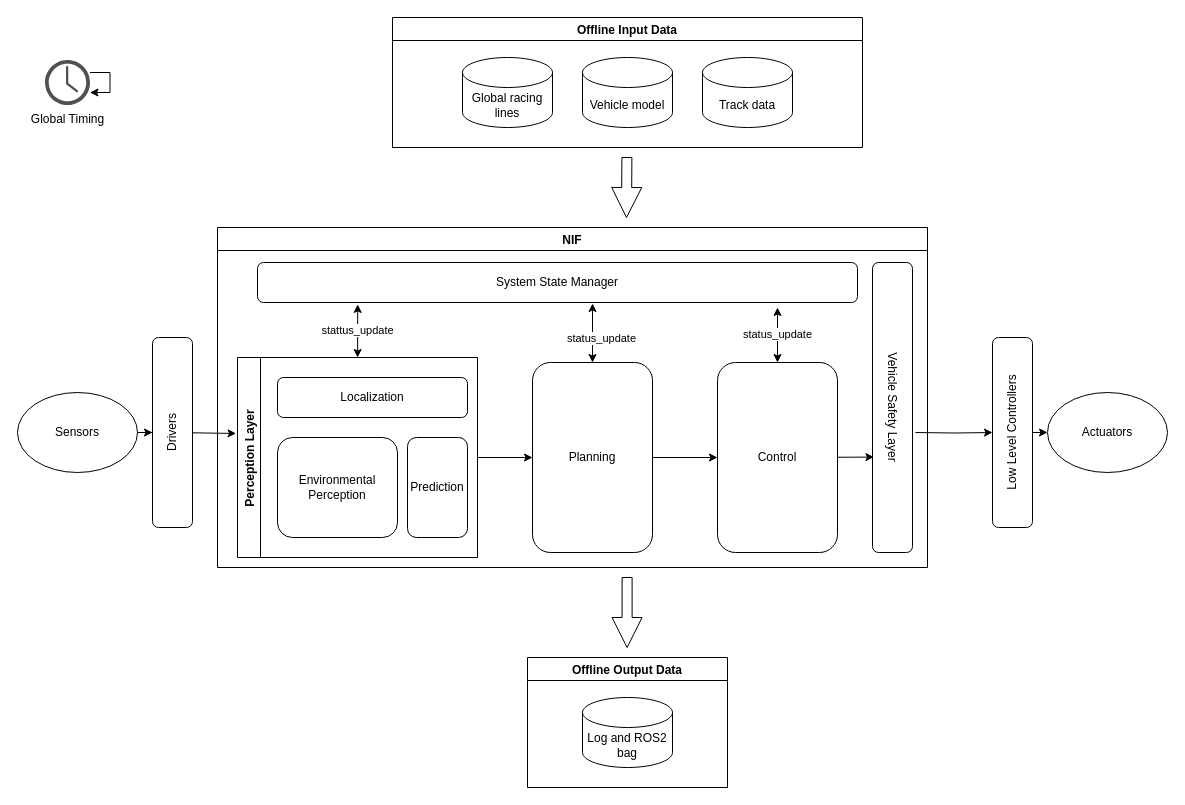
AndreaFinazzi/iac_docs keeps this draw.io diagram as system_diagrams/sketch_modules_diagram.drawio. Above is the earlier version. Source tidied: cells renumbered, new cells numbered last; positions are measured from the earlier drawing's top-left corner, leaving out a move shared by most shapes. Both pictures are drawn from the tidied source at 100%, with x=0, y=0 at pixel (17, 17).
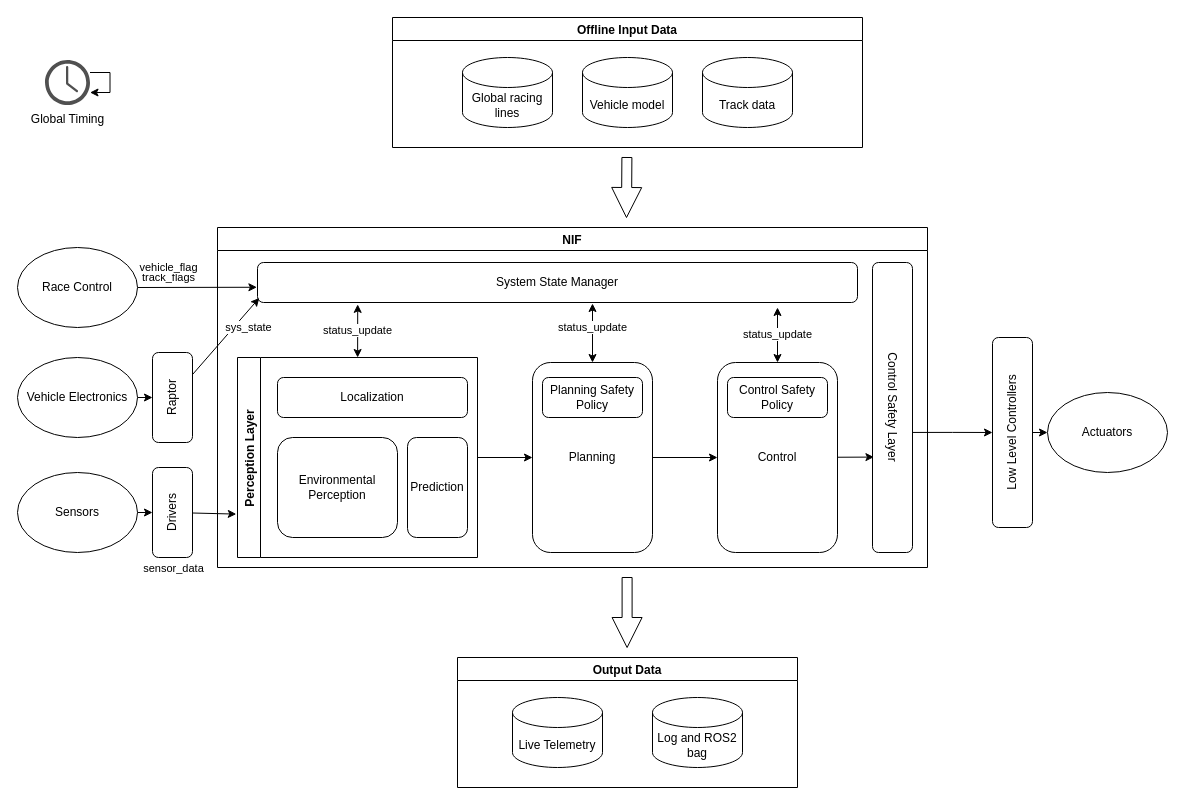
After the change.

The change refers to these unchanged cells:
```xml
<mxCell id="9" value="Low Level Controllers" style="rounded=1;whiteSpace=wrap;html=1;rotation=-90;" parent="1" vertex="1">
  <mxGeometry x="900" y="395" width="190" height="40" as="geometry" />
</mxCell>
<mxCell id="12" value="NIF" style="swimlane;" parent="1" vertex="1">
  <mxGeometry x="200" y="210" width="710" height="340" as="geometry" />
</mxCell>
<mxCell id="13" value="System State Manager" style="rounded=1;whiteSpace=wrap;html=1;" parent="12" vertex="1">
  <mxGeometry x="40" y="35" width="600" height="40" as="geometry" />
</mxCell>
<mxCell id="16" value="Perception Layer" style="swimlane;horizontal=0;" parent="12" vertex="1">
  <mxGeometry x="20" y="130" width="240" height="200" as="geometry" />
</mxCell>
```

The edit, as a diff of the source:
```diff
@@
-    <mxCell id="2" style="edgeStyle=orthogonalEdgeStyle;rounded=0;jettySize=auto;html=1;entryX=0.5;entryY=0;entryDx=0;entryDy=0;" parent="1" edge="1" target="9">
-      <mxGeometry relative="1" as="geometry">
-        <mxPoint x="898" y="415" as="sourcePoint" />
-      </mxGeometry>
+    <mxCell id="2" style="edgeStyle=orthogonalEdgeStyle;rounded=0;jettySize=auto;html=1;entryX=0.5;entryY=0;entryDx=0;entryDy=0;exitX=0.586;exitY=-0.002;exitDx=0;exitDy=0;exitPerimeter=0;" parent="1" edge="1" source="26" target="9">
+      <mxGeometry relative="1" as="geometry" />
     </mxCell>
-    <mxCell id="3" style="edgeStyle=orthogonalEdgeStyle;rounded=0;jettySize=auto;html=1;entryX=0.5;entryY=0;entryDx=0;entryDy=0;" parent="1" edge="1" source="4" target="6">
+    <mxCell id="3" style="edgeStyle=none;rounded=0;jettySize=auto;html=1;startArrow=none;startFill=0;" parent="1" edge="1" source="4" target="6">
       <mxGeometry relative="1" as="geometry" />
     </mxCell>
     <mxCell id="4" value="Sensors" style="ellipse;whiteSpace=wrap;html=1;" parent="1" vertex="1">
-      <mxGeometry y="375" width="120" height="80" as="geometry" />
+      <mxGeometry y="455" width="120" height="80" as="geometry" />
     </mxCell>
-    <mxCell id="5" style="edgeStyle=none;rounded=0;jettySize=auto;html=1;entryX=-0.006;entryY=0.38;entryDx=0;entryDy=0;entryPerimeter=0;startArrow=none;startFill=0;" parent="1" edge="1" source="6" target="16">
+    <mxCell id="5" style="edgeStyle=none;rounded=0;jettySize=auto;html=1;startArrow=none;startFill=0;entryX=-0.005;entryY=0.783;entryDx=0;entryDy=0;entryPerimeter=0;" parent="1" edge="1" source="6" target="16">
       <mxGeometry relative="1" as="geometry" />
     </mxCell>
+    <mxCell id="35" value="sensor_data" style="edgeLabel;html=1;align=center;verticalAlign=middle;" parent="5" vertex="1">
+      <mxGeometry x="0.49" relative="1" as="geometry">
+        <mxPoint x="-52" y="54" as="offset" />
+      </mxGeometry>
+    </mxCell>
     <mxCell id="6" value="Drivers" style="rounded=1;whiteSpace=wrap;html=1;rotation=-90;" parent="1" vertex="1">
-      <mxGeometry x="60" y="395" width="190" height="40" as="geometry" />
+      <mxGeometry x="110" y="475" width="90" height="40" as="geometry" />
     </mxCell>
@@
-    <mxCell id="15" value="&lt;span style=&quot;color: rgb(0, 0, 0); font-family: helvetica; font-size: 11px; font-style: normal; font-weight: 400; letter-spacing: normal; text-align: center; text-indent: 0px; text-transform: none; word-spacing: 0px; background-color: rgb(255, 255, 255); display: inline; float: none;&quot;&gt;stattus_update&lt;/span&gt;" style="edgeStyle=none;rounded=0;jettySize=auto;html=1;startArrow=classic;startFill=1;entryX=0.167;entryY=1.047;entryDx=0;entryDy=0;entryPerimeter=0;" parent="12" edge="1" source="16" target="13">
+    <mxCell id="15" value="&lt;span style=&quot;color: rgb(0 , 0 , 0) ; font-family: &amp;#34;helvetica&amp;#34; ; font-size: 11px ; font-style: normal ; font-weight: 400 ; letter-spacing: normal ; text-align: center ; text-indent: 0px ; text-transform: none ; word-spacing: 0px ; background-color: rgb(255 , 255 , 255) ; display: inline ; float: none&quot;&gt;status_update&lt;/span&gt;" style="edgeStyle=none;rounded=0;jettySize=auto;html=1;startArrow=classic;startFill=1;entryX=0.167;entryY=1.047;entryDx=0;entryDy=0;entryPerimeter=0;" parent="12" edge="1" source="16" target="13">
       <mxGeometry relative="1" as="geometry" />
     </mxCell>
@@
     <mxCell id="21" value="status_update" style="rounded=0;jettySize=auto;html=1;startArrow=classic;startFill=1;" parent="12" edge="1" source="22">
-      <mxGeometry x="-0.18" y="-9" relative="1" as="geometry">
+      <mxGeometry x="0.19" relative="1" as="geometry">
         <mxPoint x="375" y="76" as="targetPoint" />
       </mxGeometry>
     </mxCell>
-    <mxCell id="22" value="Planning" style="rounded=1;whiteSpace=wrap;html=1;" parent="12" vertex="1">
-      <mxGeometry x="315" y="135" width="120" height="190" as="geometry" />
-    </mxCell>
@@
+    <mxCell id="26" value="Control Safety Layer" style="rounded=1;whiteSpace=wrap;html=1;rotation=90;" parent="12" vertex="1">
+      <mxGeometry x="530" y="160" width="290" height="40" as="geometry" />
+    </mxCell>
+    <mxCell id="36" style="group;" parent="12" vertex="1">
+      <mxGeometry x="315" y="135" width="120" height="190" as="geometry" />
+    </mxCell>
+    <mxCell id="22" value="Planning" style="rounded=1;whiteSpace=wrap;html=1;" parent="36" vertex="1">
+      <mxGeometry width="120" height="190" as="geometry" />
+    </mxCell>
+    <mxCell id="37" value="Planning Safety Policy" style="rounded=1;whiteSpace=wrap;html=1;" parent="36" vertex="1">
+      <mxGeometry x="10" y="15" width="100" height="40" as="geometry" />
+    </mxCell>
+    <mxCell id="38" style="group;" parent="12" vertex="1">
+      <mxGeometry x="500" y="135" width="120" height="190" as="geometry" />
+    </mxCell>
-    <mxCell id="25" value="Control" style="rounded=1;whiteSpace=wrap;html=1;" parent="12" vertex="1">
-      <mxGeometry x="500" y="135" width="120" height="190" as="geometry" />
+    <mxCell id="25" value="Control" style="rounded=1;whiteSpace=wrap;html=1;" parent="38" vertex="1">
+      <mxGeometry width="120" height="190" as="geometry" />
     </mxCell>
-    <mxCell id="26" value="Vehicle Safety Layer" style="rounded=1;whiteSpace=wrap;html=1;rotation=90;" parent="12" vertex="1">
-      <mxGeometry x="530" y="160" width="290" height="40" as="geometry" />
-    </mxCell>
+    <mxCell id="39" value="Control Safety Policy" style="rounded=1;whiteSpace=wrap;html=1;" parent="38" vertex="1">
+      <mxGeometry x="10" y="15" width="100" height="40" as="geometry" />
+    </mxCell>
@@
-    <mxCell id="32" value="Offline Output Data" style="swimlane;" parent="1" vertex="1">
-      <mxGeometry x="510" y="640" width="200" height="130" as="geometry" />
+    <mxCell id="32" value="Output Data" style="swimlane;" parent="1" vertex="1">
+      <mxGeometry x="440" y="640" width="340" height="130" as="geometry" />
     </mxCell>
     <mxCell id="33" value="Log and ROS2 bag" style="shape=cylinder3;whiteSpace=wrap;html=1;boundedLbl=1;backgroundOutline=1;size=15;" parent="32" vertex="1">
-      <mxGeometry x="55" y="40" width="90" height="70" as="geometry" />
+      <mxGeometry x="195" y="40" width="90" height="70" as="geometry" />
     </mxCell>
+    <mxCell id="40" value="Live Telemetry" style="shape=cylinder3;whiteSpace=wrap;html=1;boundedLbl=1;backgroundOutline=1;size=15;" parent="32" vertex="1">
+      <mxGeometry x="55" y="40" width="90" height="70" as="geometry" />
+    </mxCell>
@@
+    <mxCell id="41" style="edgeStyle=none;rounded=0;jettySize=auto;html=1;entryX=-0.001;entryY=0.619;entryDx=0;entryDy=0;entryPerimeter=0;startArrow=none;startFill=0;" parent="1" edge="1" source="44" target="13">
+      <mxGeometry relative="1" as="geometry" />
+    </mxCell>
+    <mxCell id="42" value="track_flags" style="edgeLabel;html=1;align=center;verticalAlign=middle;" parent="41" vertex="1">
+      <mxGeometry x="-0.23" y="-1" relative="1" as="geometry">
+        <mxPoint x="-16" y="-11" as="offset" />
+      </mxGeometry>
+    </mxCell>
+    <mxCell id="43" value="vehicle_flag" style="edgeLabel;html=1;align=center;verticalAlign=middle;" parent="41" vertex="1">
+      <mxGeometry x="-0.35" y="-2" relative="1" as="geometry">
+        <mxPoint x="-9" y="-22" as="offset" />
+      </mxGeometry>
+    </mxCell>
+    <mxCell id="44" value="Race Control" style="ellipse;whiteSpace=wrap;html=1;" parent="1" vertex="1">
+      <mxGeometry y="230" width="120" height="80" as="geometry" />
+    </mxCell>
+    <mxCell id="45" style="edgeStyle=none;rounded=0;jettySize=auto;html=1;entryX=0.5;entryY=0;entryDx=0;entryDy=0;startArrow=none;startFill=0;" parent="1" edge="1" source="46" target="49">
+      <mxGeometry relative="1" as="geometry" />
+    </mxCell>
+    <mxCell id="46" value="Vehicle Electronics" style="ellipse;whiteSpace=wrap;html=1;" parent="1" vertex="1">
+      <mxGeometry y="340" width="120" height="80" as="geometry" />
+    </mxCell>
+    <mxCell id="47" style="edgeStyle=none;rounded=0;jettySize=auto;html=1;entryX=0.003;entryY=0.886;entryDx=0;entryDy=0;entryPerimeter=0;startArrow=none;startFill=0;" parent="1" edge="1" source="49" target="13">
+      <mxGeometry relative="1" as="geometry" />
+    </mxCell>
+    <mxCell id="48" value="sys_state" style="edgeLabel;html=1;align=center;verticalAlign=middle;" parent="47" vertex="1">
+      <mxGeometry x="-0.49" y="1" relative="1" as="geometry">
+        <mxPoint x="39" y="-27" as="offset" />
+      </mxGeometry>
+    </mxCell>
+    <mxCell id="49" value="Raptor" style="rounded=1;whiteSpace=wrap;html=1;rotation=-90;" parent="1" vertex="1">
+      <mxGeometry x="110" y="360" width="90" height="40" as="geometry" />
+    </mxCell>
```
